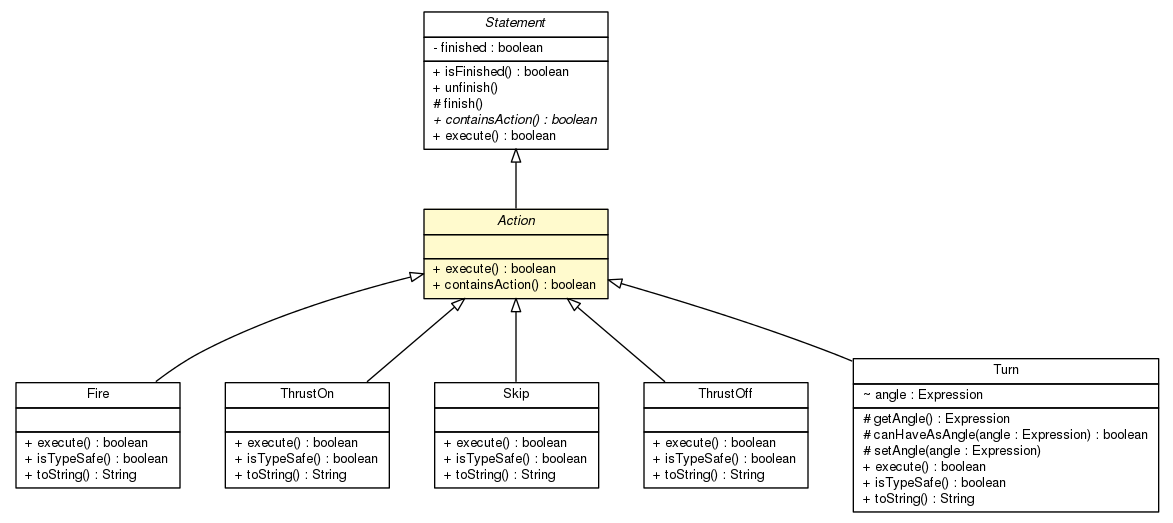
Before: doc/model/programs/parsing/language/statement/action/Action.png, a diagram exported from Graphviz (sinopeus/asteroids). Its source is kept beside it as doc/model/programs/parsing/language/statement/action/Action.dot.
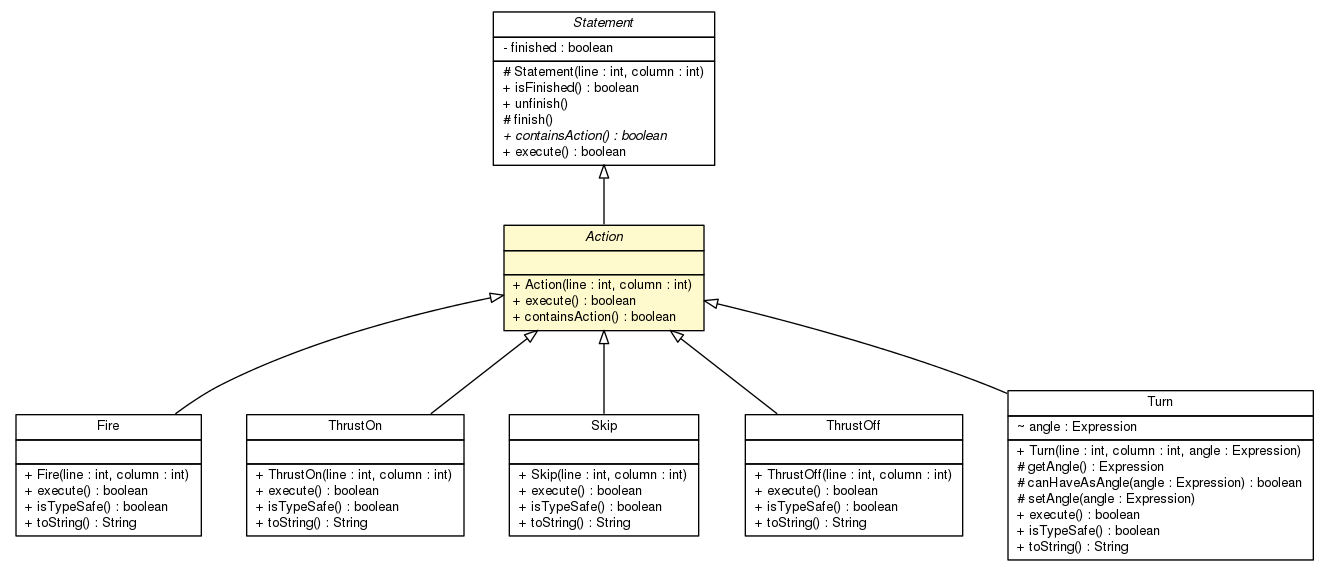
The same file after the commit.

Diff of the diagram source:
```diff
@@ -4,7 +4,7 @@
 	node [fontname="Helvetica",fontsize=10,shape=plaintext];
 	nodesep=0.25;
 	ranksep=0.5;
-	c2852 [label=<<table title="model.programs.parsing.language.statement.Statement" border="0" cellborder="1" cellspacing="0" cellpadding="2" port="p" href="../Statement.html">
+	c2863 [label=<<table title="model.programs.parsing.language.statement.Statement" border="0" cellborder="1" cellspacing="0" cellpadding="2" port="p" href="../Statement.html">
 		<tr><td><table border="0" cellspacing="0" cellpadding="1">
 <tr><td align="center" balign="center"><font face="Helvetica-Oblique"> Statement </font></td></tr>
 		</table></td></tr>
@@ -12,6 +12,7 @@
 <tr><td align="left" balign="left"> - finished : boolean </td></tr>
 		</table></td></tr>
 		<tr><td><table border="0" cellspacing="0" cellpadding="1">
+<tr><td align="left" balign="left"> # Statement(line : int, column : int) </td></tr>
 <tr><td align="left" balign="left"> + isFinished() : boolean </td></tr>
 <tr><td align="left" balign="left"> + unfinish() </td></tr>
 <tr><td align="left" balign="left"> # finish() </td></tr>
@@ -19,7 +20,7 @@
 <tr><td align="left" balign="left"> + execute() : boolean </td></tr>
 		</table></td></tr>
 		</table>>, URL="../Statement.html", fontname="Helvetica", fontcolor="black", fontsize=10.0];
-	c2859 [label=<<table title="model.programs.parsing.language.statement.action.Action" border="0" cellborder="1" cellspacing="0" cellpadding="2" port="p" bgcolor="lemonChiffon" href="./Action.html">
+	c2870 [label=<<table title="model.programs.parsing.language.statement.action.Action" border="0" cellborder="1" cellspacing="0" cellpadding="2" port="p" bgcolor="lemonChiffon" href="./Action.html">
 		<tr><td><table border="0" cellspacing="0" cellpadding="1">
 <tr><td align="center" balign="center"><font face="Helvetica-Oblique"> Action </font></td></tr>
 		</table></td></tr>
@@ -27,11 +28,12 @@
 <tr><td align="left" balign="left">  </td></tr>
 		</table></td></tr>
 		<tr><td><table border="0" cellspacing="0" cellpadding="1">
+<tr><td align="left" balign="left"> + Action(line : int, column : int) </td></tr>
 <tr><td align="left" balign="left"> + execute() : boolean </td></tr>
 <tr><td align="left" balign="left"> + containsAction() : boolean </td></tr>
 		</table></td></tr>
 		</table>>, URL="./Action.html", fontname="Helvetica", fontcolor="black", fontsize=10.0];
-	c2860 [label=<<table title="model.programs.parsing.language.statement.action.Fire" border="0" cellborder="1" cellspacing="0" cellpadding="2" port="p" href="./Fire.html">
+	c2871 [label=<<table title="model.programs.parsing.language.statement.action.Fire" border="0" cellborder="1" cellspacing="0" cellpadding="2" port="p" href="./Fire.html">
 		<tr><td><table border="0" cellspacing="0" cellpadding="1">
 <tr><td align="center" balign="center"> Fire </td></tr>
 		</table></td></tr>
@@ -39,12 +41,13 @@
 <tr><td align="left" balign="left">  </td></tr>
 		</table></td></tr>
 		<tr><td><table border="0" cellspacing="0" cellpadding="1">
+<tr><td align="left" balign="left"> + Fire(line : int, column : int) </td></tr>
 <tr><td align="left" balign="left"> + execute() : boolean </td></tr>
 <tr><td align="left" balign="left"> + isTypeSafe() : boolean </td></tr>
 <tr><td align="left" balign="left"> + toString() : String </td></tr>
 		</table></td></tr>
 		</table>>, URL="./Fire.html", fontname="Helvetica", fontcolor="black", fontsize=10.0];
-	c2861 [label=<<table title="model.programs.parsing.language.statement.action.ThrustOn" border="0" cellborder="1" cellspacing="0" cellpadding="2" port="p" href="./ThrustOn.html">
+	c2872 [label=<<table title="model.programs.parsing.language.statement.action.ThrustOn" border="0" cellborder="1" cellspacing="0" cellpadding="2" port="p" href="./ThrustOn.html">
 		<tr><td><table border="0" cellspacing="0" cellpadding="1">
 <tr><td align="center" balign="center"> ThrustOn </td></tr>
 		</table></td></tr>
@@ -52,12 +55,13 @@
 <tr><td align="left" balign="left">  </td></tr>
 		</table></td></tr>
 		<tr><td><table border="0" cellspacing="0" cellpadding="1">
+<tr><td align="left" balign="left"> + ThrustOn(line : int, column : int) </td></tr>
 <tr><td align="left" balign="left"> + execute() : boolean </td></tr>
 <tr><td align="left" balign="left"> + isTypeSafe() : boolean </td></tr>
 <tr><td align="left" balign="left"> + toString() : String </td></tr>
 		</table></td></tr>
 		</table>>, URL="./ThrustOn.html", fontname="Helvetica", fontcolor="black", fontsize=10.0];
-	c2862 [label=<<table title="model.programs.parsing.language.statement.action.Skip" border="0" cellborder="1" cellspacing="0" cellpadding="2" port="p" href="./Skip.html">
+	c2873 [label=<<table title="model.programs.parsing.language.statement.action.Skip" border="0" cellborder="1" cellspacing="0" cellpadding="2" port="p" href="./Skip.html">
 		<tr><td><table border="0" cellspacing="0" cellpadding="1">
 <tr><td align="center" balign="center"> Skip </td></tr>
 		</table></td></tr>
@@ -65,12 +69,13 @@
 <tr><td align="left" balign="left">  </td></tr>
 		</table></td></tr>
 		<tr><td><table border="0" cellspacing="0" cellpadding="1">
+<tr><td align="left" balign="left"> + Skip(line : int, column : int) </td></tr>
 <tr><td align="left" balign="left"> + execute() : boolean </td></tr>
 <tr><td align="left" balign="left"> + isTypeSafe() : boolean </td></tr>
 <tr><td align="left" balign="left"> + toString() : String </td></tr>
 		</table></td></tr>
 		</table>>, URL="./Skip.html", fontname="Helvetica", fontcolor="black", fontsize=10.0];
-	c2863 [label=<<table title="model.programs.parsing.language.statement.action.ThrustOff" border="0" cellborder="1" cellspacing="0" cellpadding="2" port="p" href="./ThrustOff.html">
+	c2874 [label=<<table title="model.programs.parsing.language.statement.action.ThrustOff" border="0" cellborder="1" cellspacing="0" cellpadding="2" port="p" href="./ThrustOff.html">
 		<tr><td><table border="0" cellspacing="0" cellpadding="1">
 <tr><td align="center" balign="center"> ThrustOff </td></tr>
 		</table></td></tr>
@@ -78,12 +83,13 @@
 <tr><td align="left" balign="left">  </td></tr>
 		</table></td></tr>
 		<tr><td><table border="0" cellspacing="0" cellpadding="1">
+<tr><td align="left" balign="left"> + ThrustOff(line : int, column : int) </td></tr>
 <tr><td align="left" balign="left"> + execute() : boolean </td></tr>
 <tr><td align="left" balign="left"> + isTypeSafe() : boolean </td></tr>
 <tr><td align="left" balign="left"> + toString() : String </td></tr>
 		</table></td></tr>
 		</table>>, URL="./ThrustOff.html", fontname="Helvetica", fontcolor="black", fontsize=10.0];
-	c2864 [label=<<table title="model.programs.parsing.language.statement.action.Turn" border="0" cellborder="1" cellspacing="0" cellpadding="2" port="p" href="./Turn.html">
+	c2875 [label=<<table title="model.programs.parsing.language.statement.action.Turn" border="0" cellborder="1" cellspacing="0" cellpadding="2" port="p" href="./Turn.html">
 		<tr><td><table border="0" cellspacing="0" cellpadding="1">
 <tr><td align="center" balign="center"> Turn </td></tr>
 		</table></td></tr>
@@ -91,6 +97,7 @@
 <tr><td align="left" balign="left"> ~ angle : Expression </td></tr>
 		</table></td></tr>
 		<tr><td><table border="0" cellspacing="0" cellpadding="1">
+<tr><td align="left" balign="left"> + Turn(line : int, column : int, angle : Expression) </td></tr>
 <tr><td align="left" balign="left"> # getAngle() : Expression </td></tr>
 <tr><td align="left" balign="left"> # canHaveAsAngle(angle : Expression) : boolean </td></tr>
 <tr><td align="left" balign="left"> # setAngle(angle : Expression) </td></tr>
@@ -99,10 +106,10 @@
 <tr><td align="left" balign="left"> + toString() : String </td></tr>
 		</table></td></tr>
 		</table>>, URL="./Turn.html", fontname="Helvetica", fontcolor="black", fontsize=10.0];
-	c2852:p -> c2859:p [dir=back,arrowtail=empty];
-	c2859:p -> c2860:p [dir=back,arrowtail=empty];
-	c2859:p -> c2861:p [dir=back,arrowtail=empty];
-	c2859:p -> c2862:p [dir=back,arrowtail=empty];
-	c2859:p -> c2863:p [dir=back,arrowtail=empty];
-	c2859:p -> c2864:p [dir=back,arrowtail=empty];
+	c2863:p -> c2870:p [dir=back,arrowtail=empty];
+	c2870:p -> c2871:p [dir=back,arrowtail=empty];
+	c2870:p -> c2872:p [dir=back,arrowtail=empty];
+	c2870:p -> c2873:p [dir=back,arrowtail=empty];
+	c2870:p -> c2874:p [dir=back,arrowtail=empty];
+	c2870:p -> c2875:p [dir=back,arrowtail=empty];
 }
```
